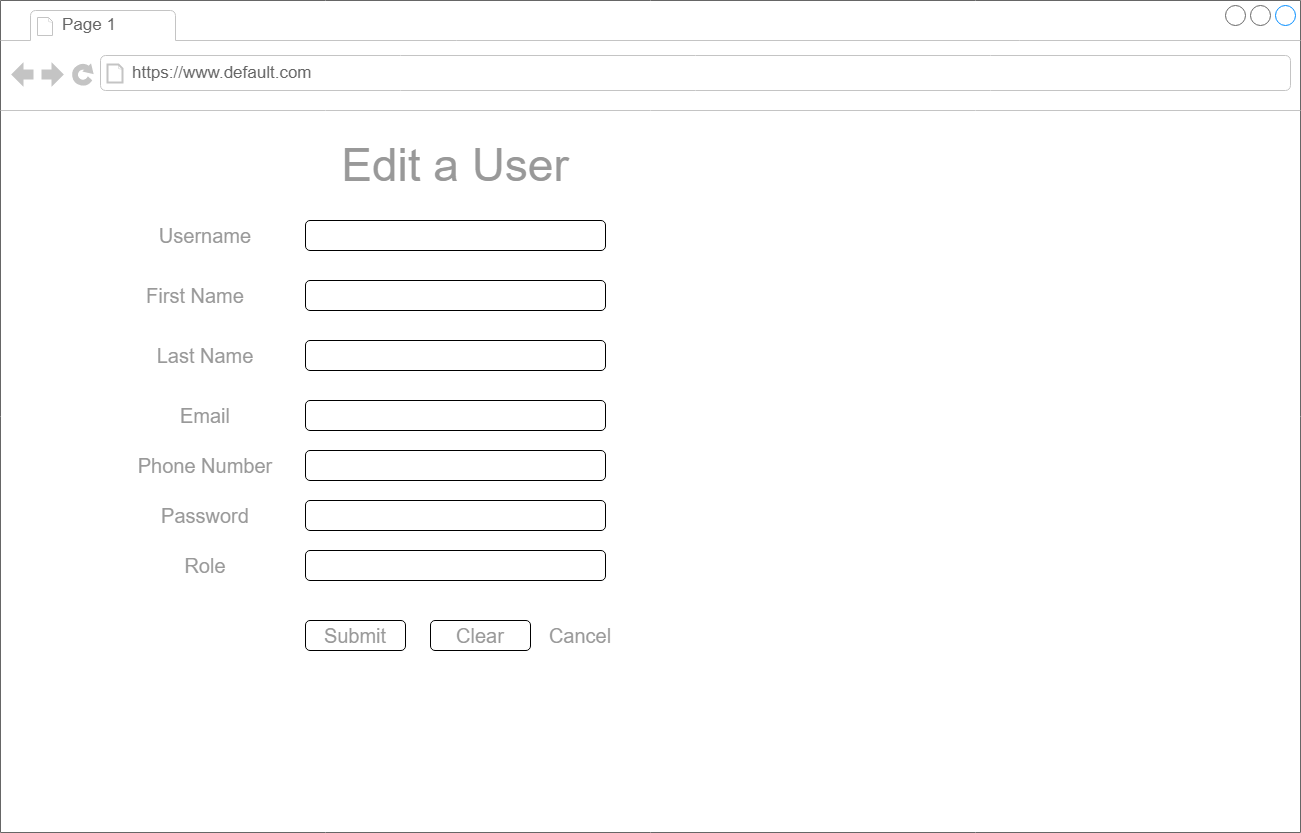
The draw.io diagram documentation/wireframe edit user.png in kristina-sh/webprog-pizza-rest, before a commit. Source tidied: cells renumbered, new cells last; positions are measured from the earlier drawing's top-left corner, leaving out a move shared by most shapes. The source it was exported from:
```xml
<mxGraphModel>
  <root>
    <mxCell id="0" />
    <mxCell id="1" parent="0" />
    <mxCell id="2" style="strokeWidth=1;shadow=0;dashed=0;align=center;html=1;shape=mxgraph.mockup.containers.browserWindow;rSize=0;strokeColor=#666666;mainText=,;rounded=0;labelBackgroundColor=none;fontFamily=Verdana;fontSize=12;" parent="1" vertex="1">
      <mxGeometry width="1300" height="832" as="geometry" />
    </mxCell>
    <mxCell id="3" value="Page 1" style="strokeWidth=1;shadow=0;dashed=0;align=center;html=1;shape=mxgraph.mockup.containers.anchor;fontSize=17;fontColor=#666666;align=left;" parent="2" vertex="1">
      <mxGeometry x="60" y="12" width="110" height="26" as="geometry" />
    </mxCell>
    <mxCell id="4" value="https://www.default.com" style="strokeWidth=1;shadow=0;dashed=0;align=center;html=1;shape=mxgraph.mockup.containers.anchor;rSize=0;fontSize=17;fontColor=#666666;align=left;" parent="2" vertex="1">
      <mxGeometry x="130" y="60" width="250" height="26" as="geometry" />
    </mxCell>
    <mxCell id="5" value="Edit a User" style="text;html=1;strokeColor=none;fillColor=none;align=center;verticalAlign=middle;whiteSpace=wrap;rounded=0;fontSize=46;fontColor=#999999;" parent="2" vertex="1">
      <mxGeometry x="160" y="140" width="590" height="50" as="geometry" />
    </mxCell>
    <mxCell id="6" style="rounded=1;whiteSpace=wrap;html=1;fontSize=20;fontColor=#999999;" parent="2" vertex="1">
      <mxGeometry x="305" y="220" width="300" height="30" as="geometry" />
    </mxCell>
    <mxCell id="7" style="rounded=1;whiteSpace=wrap;html=1;fontSize=20;fontColor=#999999;" parent="2" vertex="1">
      <mxGeometry x="305" y="450" width="300" height="30" as="geometry" />
    </mxCell>
    <mxCell id="8" style="rounded=1;whiteSpace=wrap;html=1;fontSize=20;fontColor=#999999;" parent="2" vertex="1">
      <mxGeometry x="305" y="500" width="300" height="30" as="geometry" />
    </mxCell>
    <mxCell id="9" style="rounded=1;whiteSpace=wrap;html=1;fontSize=20;fontColor=#999999;" parent="2" vertex="1">
      <mxGeometry x="305" y="550" width="300" height="30" as="geometry" />
    </mxCell>
    <mxCell id="10" style="rounded=1;whiteSpace=wrap;html=1;fontSize=20;fontColor=#999999;" parent="2" vertex="1">
      <mxGeometry x="305" y="400" width="300" height="30" as="geometry" />
    </mxCell>
    <mxCell id="11" style="rounded=1;whiteSpace=wrap;html=1;fontSize=20;fontColor=#999999;" parent="2" vertex="1">
      <mxGeometry x="305" y="280" width="300" height="30" as="geometry" />
    </mxCell>
    <mxCell id="12" style="rounded=1;whiteSpace=wrap;html=1;fontSize=20;fontColor=#999999;" parent="2" vertex="1">
      <mxGeometry x="305" y="340" width="300" height="30" as="geometry" />
    </mxCell>
    <mxCell id="13" value="Last Name" style="text;html=1;strokeColor=none;fillColor=none;align=center;verticalAlign=middle;whiteSpace=wrap;rounded=0;fontSize=20;fontColor=#999999;" parent="2" vertex="1">
      <mxGeometry x="130" y="340" width="150" height="30" as="geometry" />
    </mxCell>
    <mxCell id="14" value="Username" style="text;html=1;strokeColor=none;fillColor=none;align=center;verticalAlign=middle;whiteSpace=wrap;rounded=0;fontSize=20;fontColor=#999999;" parent="2" vertex="1">
      <mxGeometry x="130" y="220" width="150" height="30" as="geometry" />
    </mxCell>
    <mxCell id="15" value="Email" style="text;html=1;strokeColor=none;fillColor=none;align=center;verticalAlign=middle;whiteSpace=wrap;rounded=0;fontSize=20;fontColor=#999999;" parent="2" vertex="1">
      <mxGeometry x="130" y="400" width="150" height="30" as="geometry" />
    </mxCell>
    <mxCell id="16" value="Phone Number" style="text;html=1;strokeColor=none;fillColor=none;align=center;verticalAlign=middle;whiteSpace=wrap;rounded=0;fontSize=20;fontColor=#999999;" parent="2" vertex="1">
      <mxGeometry x="130" y="450" width="150" height="30" as="geometry" />
    </mxCell>
    <mxCell id="17" value="First Name" style="text;html=1;strokeColor=none;fillColor=none;align=center;verticalAlign=middle;whiteSpace=wrap;rounded=0;fontSize=20;fontColor=#999999;" parent="2" vertex="1">
      <mxGeometry x="120" y="280" width="150" height="30" as="geometry" />
    </mxCell>
    <mxCell id="18" value="Password" style="text;html=1;strokeColor=none;fillColor=none;align=center;verticalAlign=middle;whiteSpace=wrap;rounded=0;fontSize=20;fontColor=#999999;" parent="2" vertex="1">
      <mxGeometry x="130" y="500" width="150" height="30" as="geometry" />
    </mxCell>
    <mxCell id="19" value="Role" style="text;html=1;strokeColor=none;fillColor=none;align=center;verticalAlign=middle;whiteSpace=wrap;rounded=0;fontSize=20;fontColor=#999999;" parent="2" vertex="1">
      <mxGeometry x="130" y="550" width="150" height="30" as="geometry" />
    </mxCell>
    <mxCell id="20" style="rounded=1;whiteSpace=wrap;html=1;fontSize=20;fontColor=#999999;" parent="2" vertex="1">
      <mxGeometry x="305" y="620" width="100" height="30" as="geometry" />
    </mxCell>
    <mxCell id="21" style="rounded=1;whiteSpace=wrap;html=1;fontSize=20;fontColor=#999999;" parent="2" vertex="1">
      <mxGeometry x="430" y="620" width="100" height="30" as="geometry" />
    </mxCell>
    <mxCell id="22" value="Submit" style="text;html=1;strokeColor=none;fillColor=none;align=center;verticalAlign=middle;whiteSpace=wrap;rounded=0;fontSize=20;fontColor=#999999;" parent="2" vertex="1">
      <mxGeometry x="325" y="620" width="60" height="30" as="geometry" />
    </mxCell>
    <mxCell id="23" value="Clear" style="text;html=1;strokeColor=none;fillColor=none;align=center;verticalAlign=middle;whiteSpace=wrap;rounded=0;fontSize=20;fontColor=#999999;" parent="2" vertex="1">
      <mxGeometry x="450" y="620" width="60" height="30" as="geometry" />
    </mxCell>
    <mxCell id="24" value="Cancel" style="text;html=1;strokeColor=none;fillColor=none;align=center;verticalAlign=middle;whiteSpace=wrap;rounded=0;fontSize=20;fontColor=#999999;" parent="2" vertex="1">
      <mxGeometry x="550" y="620" width="60" height="30" as="geometry" />
    </mxCell>
  </root>
</mxGraphModel>
```
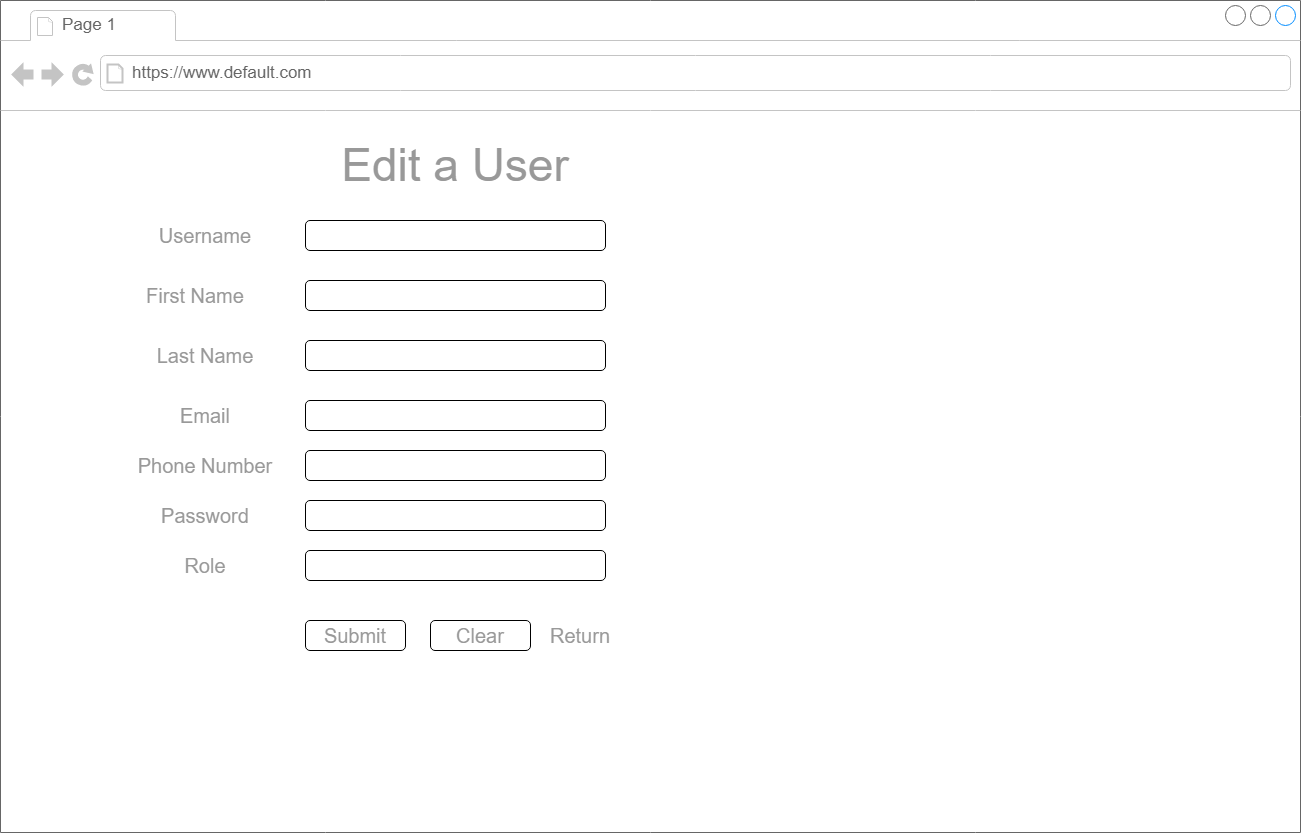
Above is the later version.

Change to the diagram source:
```diff
@@ -68,7 +68,7 @@
     <mxCell id="23" value="Clear" style="text;html=1;strokeColor=none;fillColor=none;align=center;verticalAlign=middle;whiteSpace=wrap;rounded=0;fontSize=20;fontColor=#999999;" parent="2" vertex="1">
       <mxGeometry x="450" y="620" width="60" height="30" as="geometry" />
     </mxCell>
-    <mxCell id="24" value="Cancel" style="text;html=1;strokeColor=none;fillColor=none;align=center;verticalAlign=middle;whiteSpace=wrap;rounded=0;fontSize=20;fontColor=#999999;" parent="2" vertex="1">
+    <mxCell id="24" value="Return" style="text;html=1;strokeColor=none;fillColor=none;align=center;verticalAlign=middle;whiteSpace=wrap;rounded=0;fontSize=20;fontColor=#999999;" parent="2" vertex="1">
       <mxGeometry x="550" y="620" width="60" height="30" as="geometry" />
     </mxCell>
   </root>
```
